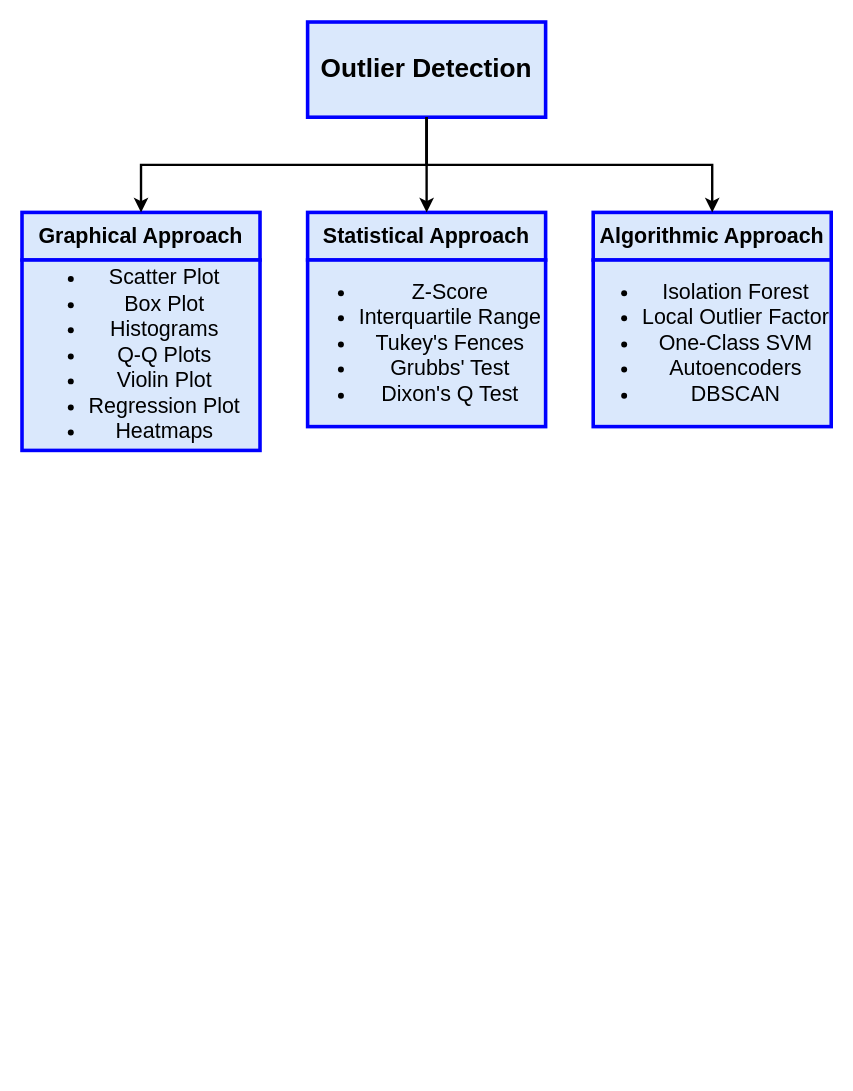
andreoniriccardo/articles keeps this draw.io diagram as outliers/outliers.drawio. Above is the earlier version. Source tidied: cells renumbered, new cells numbered last; positions are measured from the earlier drawing's top-left corner, leaving out a move shared by most shapes. Both pictures are drawn from the tidied source at 119%, with x=0, y=0 at pixel (21, 21).
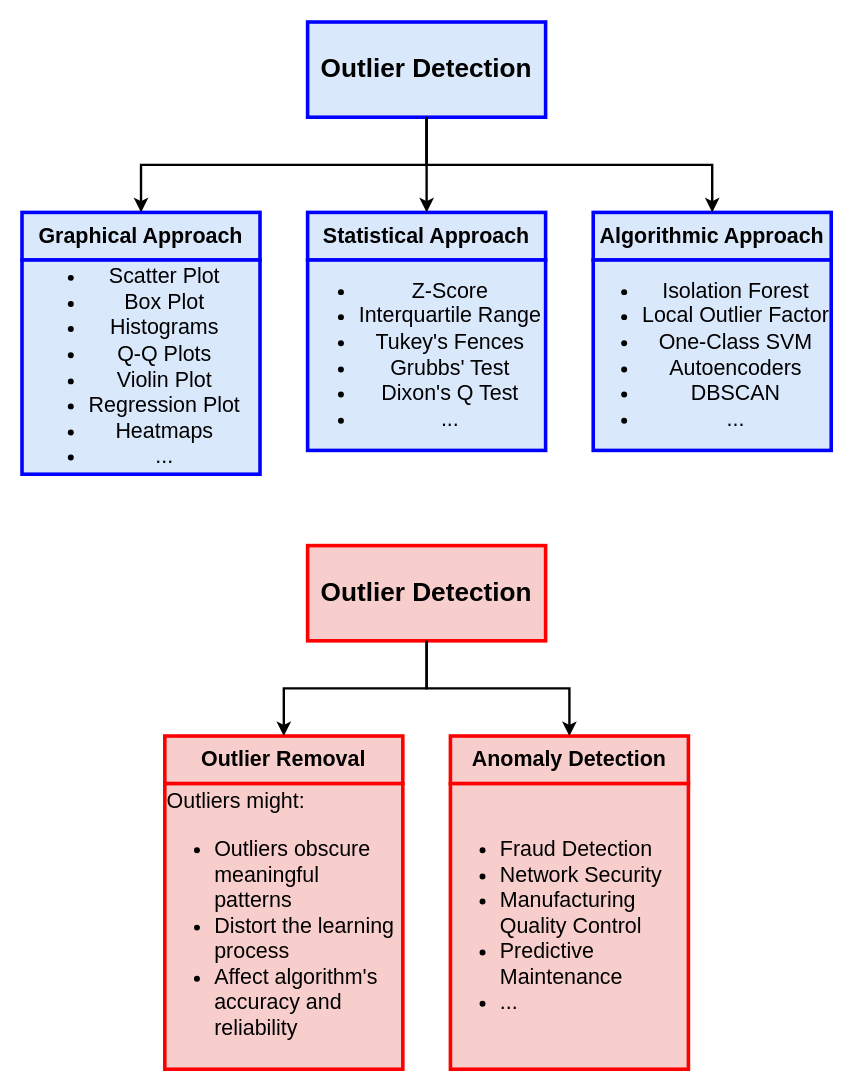
The same page after the edit.

Diff of the diagram source:
```diff
@@
-    <mxCell id="4" value="&lt;ul style=&quot;font-size: 18px;&quot;&gt;&lt;li style=&quot;font-size: 18px;&quot;&gt;&lt;span style=&quot;font-weight: 400; font-size: 18px;&quot;&gt;Scatter Plot&lt;/span&gt;&lt;/li&gt;&lt;li style=&quot;font-size: 18px;&quot;&gt;&lt;span style=&quot;font-weight: 400; font-size: 18px;&quot;&gt;Box Plot&lt;/span&gt;&lt;/li&gt;&lt;li style=&quot;font-size: 18px;&quot;&gt;&lt;span style=&quot;font-weight: 400; font-size: 18px;&quot;&gt;Histograms&lt;/span&gt;&lt;/li&gt;&lt;li style=&quot;font-size: 18px;&quot;&gt;&lt;span style=&quot;font-weight: 400; font-size: 18px;&quot;&gt;Q-Q Plots&lt;/span&gt;&lt;/li&gt;&lt;li style=&quot;font-size: 18px;&quot;&gt;&lt;span style=&quot;font-weight: 400; font-size: 18px;&quot;&gt;Violin Plot&lt;/span&gt;&lt;/li&gt;&lt;li style=&quot;font-size: 18px;&quot;&gt;&lt;span style=&quot;font-weight: 400; font-size: 18px;&quot;&gt;Regression Plot&lt;/span&gt;&lt;/li&gt;&lt;li style=&quot;font-size: 18px;&quot;&gt;&lt;span style=&quot;font-weight: 400; font-size: 18px;&quot;&gt;Heatmaps&lt;/span&gt;&lt;/li&gt;&lt;/ul&gt;" style="rounded=0;whiteSpace=wrap;html=1;fillColor=#dae8fc;strokeColor=#0000FF;fontStyle=1;fontSize=18;align=center;strokeWidth=3;" parent="1" vertex="1">
-      <mxGeometry y="200" width="200" height="160" as="geometry" />
+    <mxCell id="4" value="&lt;ul style=&quot;font-size: 18px;&quot;&gt;&lt;li style=&quot;font-size: 18px;&quot;&gt;&lt;span style=&quot;font-weight: 400; font-size: 18px;&quot;&gt;Scatter Plot&lt;/span&gt;&lt;/li&gt;&lt;li style=&quot;font-size: 18px;&quot;&gt;&lt;span style=&quot;font-weight: 400; font-size: 18px;&quot;&gt;Box Plot&lt;/span&gt;&lt;/li&gt;&lt;li style=&quot;font-size: 18px;&quot;&gt;&lt;span style=&quot;font-weight: 400; font-size: 18px;&quot;&gt;Histograms&lt;/span&gt;&lt;/li&gt;&lt;li style=&quot;font-size: 18px;&quot;&gt;&lt;span style=&quot;font-weight: 400; font-size: 18px;&quot;&gt;Q-Q Plots&lt;/span&gt;&lt;/li&gt;&lt;li style=&quot;font-size: 18px;&quot;&gt;&lt;span style=&quot;font-weight: 400; font-size: 18px;&quot;&gt;Violin Plot&lt;/span&gt;&lt;/li&gt;&lt;li style=&quot;font-size: 18px;&quot;&gt;&lt;span style=&quot;font-weight: 400; font-size: 18px;&quot;&gt;Regression Plot&lt;/span&gt;&lt;/li&gt;&lt;li style=&quot;font-size: 18px;&quot;&gt;&lt;span style=&quot;font-weight: 400; font-size: 18px;&quot;&gt;Heatmaps&lt;/span&gt;&lt;/li&gt;&lt;li style=&quot;font-size: 18px;&quot;&gt;&lt;span style=&quot;font-weight: 400; font-size: 18px;&quot;&gt;...&lt;/span&gt;&lt;/li&gt;&lt;/ul&gt;" style="rounded=0;whiteSpace=wrap;html=1;fillColor=#dae8fc;strokeColor=#0000FF;fontStyle=1;fontSize=18;align=center;strokeWidth=3;" parent="1" vertex="1">
+      <mxGeometry y="200" width="200" height="180" as="geometry" />
     </mxCell>
@@
-    <mxCell id="6" value="&lt;ul style=&quot;font-size: 18px;&quot;&gt;&lt;li style=&quot;font-size: 18px;&quot;&gt;Z-Score&lt;/li&gt;&lt;li style=&quot;font-size: 18px;&quot;&gt;Interquartile Range&lt;/li&gt;&lt;li style=&quot;font-size: 18px;&quot;&gt;Tukey's Fences&lt;/li&gt;&lt;li style=&quot;font-size: 18px;&quot;&gt;Grubbs' Test&lt;/li&gt;&lt;li style=&quot;font-size: 18px;&quot;&gt;Dixon's Q Test&lt;/li&gt;&lt;/ul&gt;" style="rounded=0;whiteSpace=wrap;html=1;fillColor=#dae8fc;strokeColor=#0000FF;fontStyle=0;fontSize=18;align=center;strokeWidth=3;verticalAlign=middle;" parent="1" vertex="1">
-      <mxGeometry x="240" y="200" width="200" height="140" as="geometry" />
+    <mxCell id="6" value="&lt;ul style=&quot;font-size: 18px;&quot;&gt;&lt;li style=&quot;font-size: 18px;&quot;&gt;Z-Score&lt;/li&gt;&lt;li style=&quot;font-size: 18px;&quot;&gt;Interquartile Range&lt;/li&gt;&lt;li style=&quot;font-size: 18px;&quot;&gt;Tukey's Fences&lt;/li&gt;&lt;li style=&quot;font-size: 18px;&quot;&gt;Grubbs' Test&lt;/li&gt;&lt;li style=&quot;font-size: 18px;&quot;&gt;Dixon's Q Test&lt;/li&gt;&lt;li style=&quot;font-size: 18px;&quot;&gt;...&lt;/li&gt;&lt;/ul&gt;" style="rounded=0;whiteSpace=wrap;html=1;fillColor=#dae8fc;strokeColor=#0000FF;fontStyle=0;fontSize=18;align=center;strokeWidth=3;verticalAlign=middle;" parent="1" vertex="1">
+      <mxGeometry x="240" y="200" width="200" height="160" as="geometry" />
     </mxCell>
@@
-    <mxCell id="8" value="&lt;ul style=&quot;font-size: 18px;&quot;&gt;&lt;li style=&quot;font-size: 18px;&quot;&gt;Isolation Forest&lt;/li&gt;&lt;li style=&quot;font-size: 18px;&quot;&gt;Local Outlier Factor&lt;/li&gt;&lt;li style=&quot;font-size: 18px;&quot;&gt;One-Class SVM&lt;/li&gt;&lt;li style=&quot;font-size: 18px;&quot;&gt;Autoencoders&lt;/li&gt;&lt;li style=&quot;font-size: 18px;&quot;&gt;DBSCAN&lt;/li&gt;&lt;/ul&gt;" style="rounded=0;whiteSpace=wrap;html=1;fillColor=#dae8fc;strokeColor=#0000FF;fontStyle=0;fontSize=18;align=center;strokeWidth=3;verticalAlign=middle;" parent="1" vertex="1">
-      <mxGeometry x="480" y="200" width="200" height="140" as="geometry" />
+    <mxCell id="8" value="&lt;ul style=&quot;font-size: 18px;&quot;&gt;&lt;li style=&quot;font-size: 18px;&quot;&gt;Isolation Forest&lt;/li&gt;&lt;li style=&quot;font-size: 18px;&quot;&gt;Local Outlier Factor&lt;/li&gt;&lt;li style=&quot;font-size: 18px;&quot;&gt;One-Class SVM&lt;/li&gt;&lt;li style=&quot;font-size: 18px;&quot;&gt;Autoencoders&lt;/li&gt;&lt;li style=&quot;font-size: 18px;&quot;&gt;DBSCAN&lt;/li&gt;&lt;li style=&quot;font-size: 18px;&quot;&gt;...&lt;/li&gt;&lt;/ul&gt;" style="rounded=0;whiteSpace=wrap;html=1;fillColor=#dae8fc;strokeColor=#0000FF;fontStyle=0;fontSize=18;align=center;strokeWidth=3;verticalAlign=middle;" parent="1" vertex="1">
+      <mxGeometry x="480" y="200" width="200" height="160" as="geometry" />
     </mxCell>
@@
+    <mxCell id="12" value="Outlier Detection" style="rounded=0;whiteSpace=wrap;html=1;fillColor=#f8cecc;strokeColor=#FF0000;fontStyle=1;fontSize=22;strokeWidth=3;" parent="1" vertex="1">
+      <mxGeometry x="240" y="440" width="200" height="80" as="geometry" />
+    </mxCell>
+    <mxCell id="13" value="Outlier Removal" style="rounded=0;whiteSpace=wrap;html=1;fillColor=#f8cecc;strokeColor=#FF0000;fontStyle=1;fontSize=18;strokeWidth=3;" parent="1" vertex="1">
+      <mxGeometry x="120" y="600" width="200" height="40" as="geometry" />
+    </mxCell>
+    <mxCell id="14" value="&lt;span style=&quot;font-weight: 400; background-color: initial;&quot;&gt;Outliers might:&lt;br&gt;&lt;/span&gt;&lt;ul style=&quot;font-size: 18px;&quot;&gt;&lt;li&gt;&lt;span style=&quot;font-weight: 400; background-color: initial;&quot;&gt;Outliers obscure meaningful patterns&lt;/span&gt;&lt;/li&gt;&lt;li style=&quot;font-size: 18px;&quot;&gt;&lt;span style=&quot;font-weight: 400;&quot;&gt;Distort the learning process&lt;/span&gt;&lt;/li&gt;&lt;li style=&quot;font-size: 18px;&quot;&gt;&lt;span style=&quot;font-weight: 400;&quot;&gt;Affect algorithm's accuracy and reliability&lt;/span&gt;&lt;/li&gt;&lt;/ul&gt;" style="rounded=0;whiteSpace=wrap;html=1;fillColor=#f8cecc;strokeColor=#FF0000;fontStyle=1;fontSize=18;align=left;strokeWidth=3;" parent="1" vertex="1">
+      <mxGeometry x="120" y="640" width="200" height="240" as="geometry" />
+    </mxCell>
+    <mxCell id="15" value="Anomaly Detection" style="rounded=0;whiteSpace=wrap;html=1;fillColor=#f8cecc;strokeColor=#FF0000;fontStyle=1;fontSize=18;strokeWidth=3;" parent="1" vertex="1">
+      <mxGeometry x="360" y="600" width="200" height="40" as="geometry" />
+    </mxCell>
+    <mxCell id="16" value="&lt;ul style=&quot;font-size: 18px;&quot;&gt;&lt;li&gt;&lt;span style=&quot;font-weight: 400;&quot;&gt;Fraud Detection&lt;/span&gt;&lt;/li&gt;&lt;li&gt;&lt;span style=&quot;font-weight: 400;&quot;&gt;Network Security&lt;/span&gt;&lt;/li&gt;&lt;li&gt;&lt;span style=&quot;font-weight: 400;&quot;&gt;Manufacturing Quality Control&lt;/span&gt;&lt;/li&gt;&lt;li&gt;&lt;span style=&quot;font-weight: 400;&quot;&gt;Predictive Maintenance&lt;/span&gt;&lt;/li&gt;&lt;li&gt;&lt;span style=&quot;font-weight: 400;&quot;&gt;...&lt;/span&gt;&lt;/li&gt;&lt;/ul&gt;" style="rounded=0;whiteSpace=wrap;html=1;fillColor=#f8cecc;strokeColor=#FF0000;fontStyle=1;fontSize=18;align=left;strokeWidth=3;" parent="1" vertex="1">
+      <mxGeometry x="360" y="640" width="200" height="240" as="geometry" />
+    </mxCell>
+    <mxCell id="17" style="endArrow=classic;html=1;rounded=0;exitX=0.5;exitY=1;exitDx=0;exitDy=0;entryX=0.5;entryY=0;entryDx=0;entryDy=0;strokeWidth=2;" parent="1" edge="1" target="15">
+      <mxGeometry relative="1" as="geometry">
+        <mxPoint x="340" y="520" as="sourcePoint" />
+        <Array as="points">
+          <mxPoint x="340" y="560" />
+          <mxPoint x="460" y="560" />
+        </Array>
+      </mxGeometry>
+    </mxCell>
+    <mxCell id="18" style="endArrow=classic;html=1;rounded=0;exitX=0.5;exitY=1;exitDx=0;exitDy=0;entryX=0.5;entryY=0;entryDx=0;entryDy=0;strokeWidth=2;" parent="1" edge="1" source="12" target="13">
+      <mxGeometry relative="1" as="geometry">
+        <Array as="points">
+          <mxPoint x="340" y="560" />
+          <mxPoint x="220" y="560" />
+        </Array>
+      </mxGeometry>
+    </mxCell>
```
